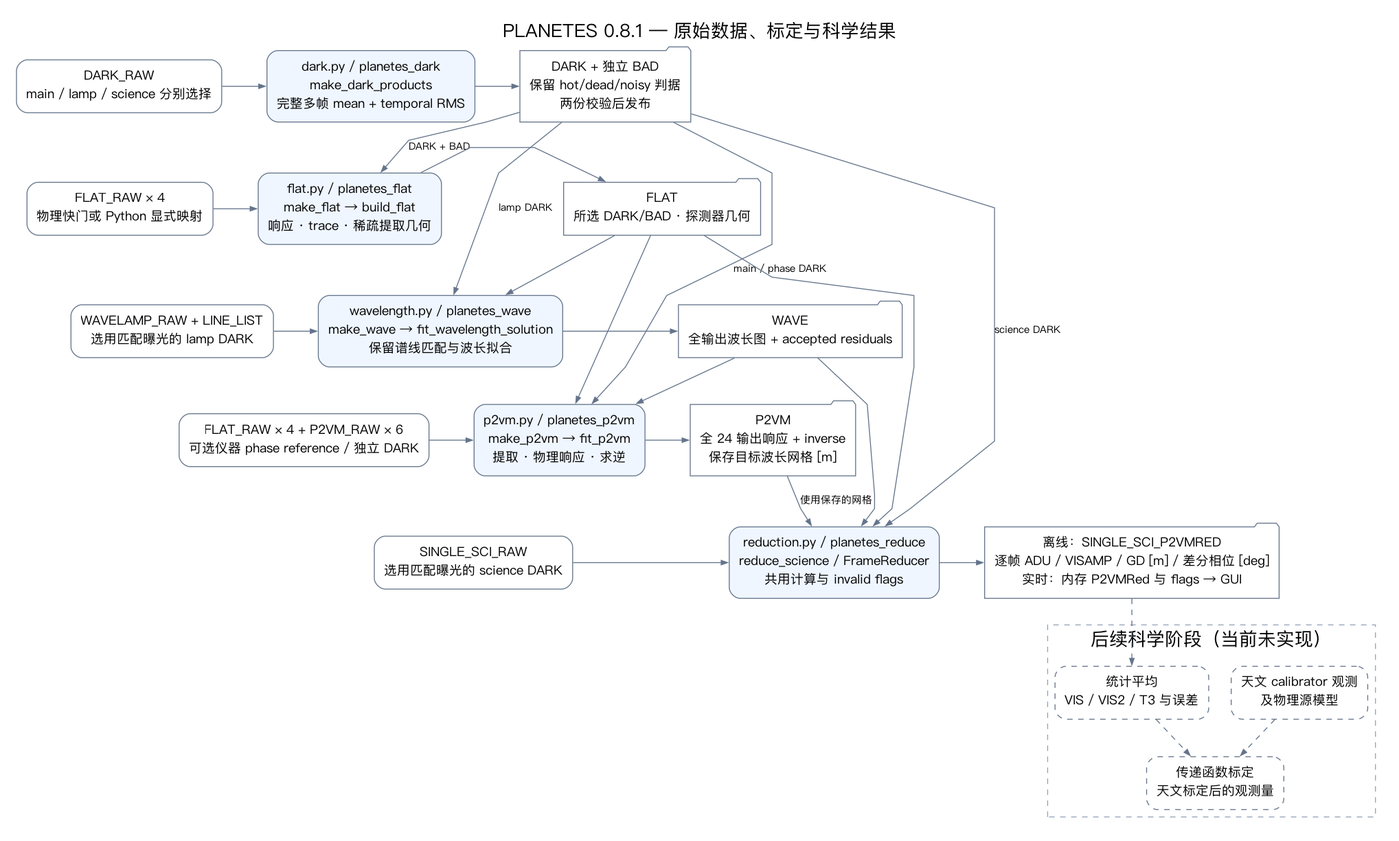
Before: docs/dataflow.png, a diagram exported from Graphviz (zexwu/planetes_pipe). Its source is kept beside it as docs/dataflow.dot.
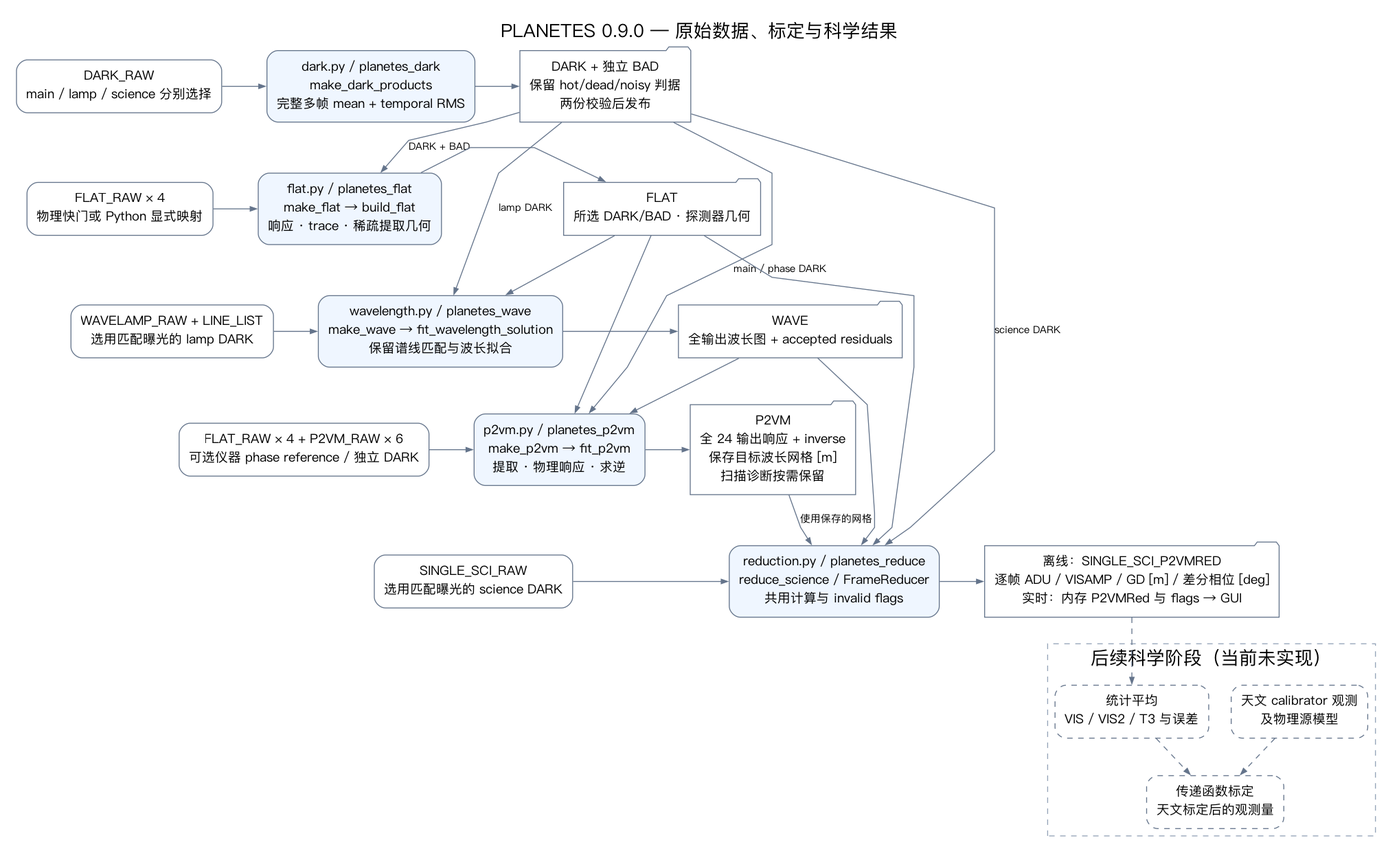
After the change.

What changed in the source:
```diff
@@ -1,5 +1,5 @@
 digraph Dataflow {
-  graph [rankdir=TB, bgcolor="white", pad=0.25, nodesep=0.35, ranksep=0.55, splines=polyline, fontname="PingFang SC", fontsize=20, label="PLANETES 0.8.1 — 原始数据、标定与科学结果", labelloc=t];
+  graph [rankdir=TB, bgcolor="white", pad=0.25, nodesep=0.35, ranksep=0.55, splines=polyline, fontname="PingFang SC", fontsize=20, label="PLANETES 0.9.0 — 原始数据、标定与科学结果", labelloc=t];
   node [shape=box, style="rounded", fontname="PingFang SC", fontsize=14, color="#64748b", margin="0.15,0.12"];
   edge [fontname="PingFang SC", fontsize=11, color="#64748b", arrowsize=0.7];
   rawdark [label="DARK_RAW\nmain / lamp / science 分别选择"];
@@ -13,7 +13,7 @@
   wavefits [label="WAVE\n全输出波长图 + accepted residuals", shape=folder];
   rawp2vm [label="FLAT_RAW × 4 + P2VM_RAW × 6\n可选仪器 phase reference / 独立 DARK"];
   p2vm [label="p2vm.py / planetes_p2vm\nmake_p2vm → fit_p2vm\n提取 · 物理响应 · 求逆", style="rounded,filled", fillcolor="#eff6ff"];
-  p2vmfits [label="P2VM\n全 24 输出响应 + inverse\n保存目标波长网格 [m]", shape=folder];
+  p2vmfits [label="P2VM\n全 24 输出响应 + inverse\n保存目标波长网格 [m]\n扫描诊断按需保留", shape=folder];
   rawscience [label="SINGLE_SCI_RAW\n选用匹配曝光的 science DARK"];
   science [label="reduction.py / planetes_reduce\nreduce_science / FrameReducer\n共用计算与 invalid flags", style="rounded,filled", fillcolor="#eff6ff"];
   results [label="离线：SINGLE_SCI_P2VMRED\n逐帧 ADU / VISAMP / GD [m] / 差分相位 [deg]\n实时：内存 P2VMRed 与 flags → GUI", shape=folder];
```
